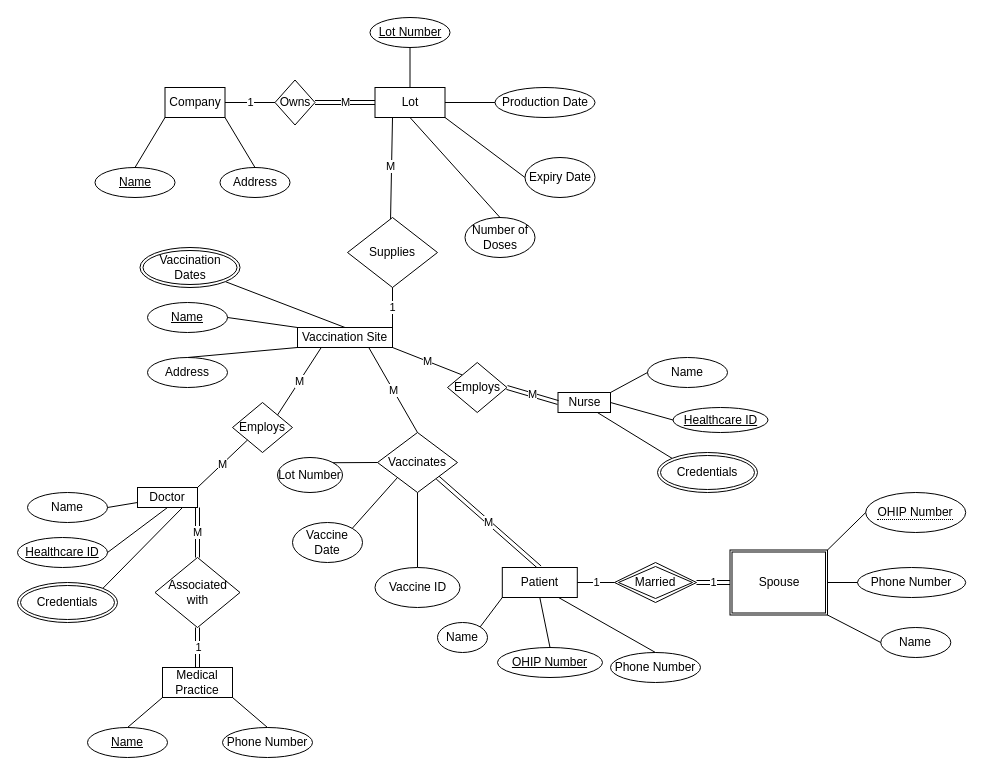
Above: Untitled Diagram.drawio in Mart1n1DE/CovidVaccineAssignment (draw.io), before the change. Source tidied: cells renumbered, new cells numbered last; positions are measured from the earlier drawing's top-left corner, leaving out a move shared by most shapes. Both pictures are drawn from the tidied source at 100%, with x=0, y=0 at pixel (17, 17).
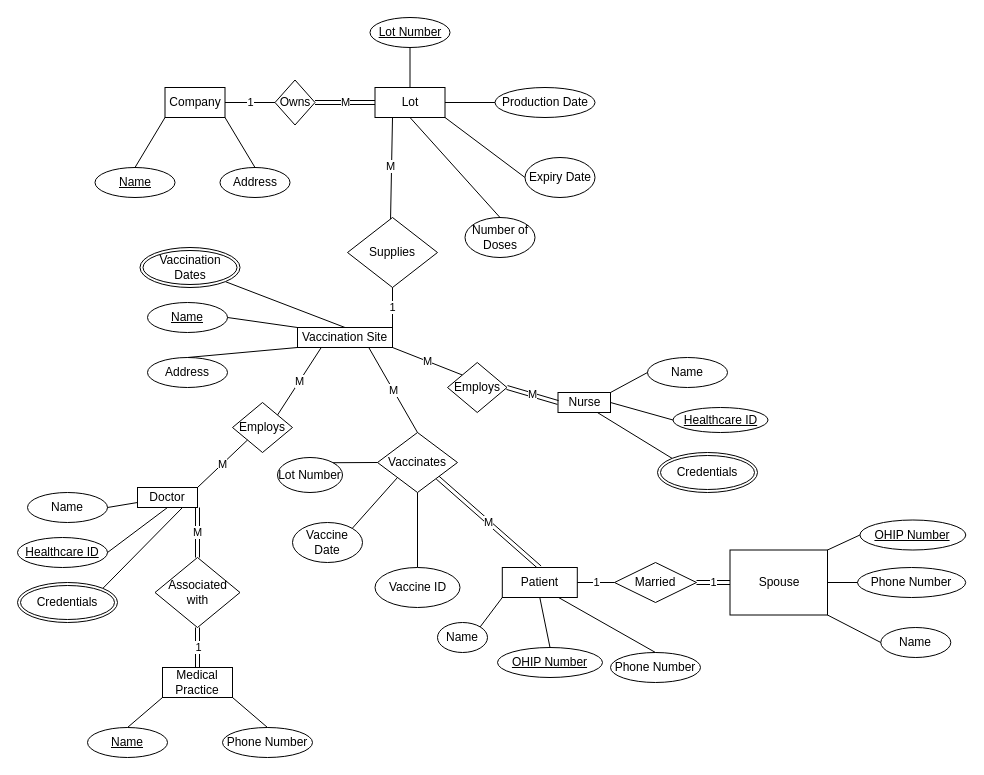
After the change.

What changed in the source:
```diff
@@
-    <mxCell id="79" value="&lt;span style=&quot;border-bottom: 1px dotted&quot;&gt;OHIP Number&lt;/span&gt;" style="ellipse;whiteSpace=wrap;html=1;align=center;shadow=0;strokeWidth=1;" parent="1" vertex="1">
-      <mxGeometry x="848.2" y="475" width="100" height="40" as="geometry" />
-    </mxCell>
-    <mxCell id="80" value="Married" style="shape=rhombus;double=1;perimeter=rhombusPerimeter;whiteSpace=wrap;html=1;align=center;shadow=0;strokeWidth=1;" parent="1" vertex="1">
+    <mxCell id="80" value="Married" style="shape=rhombus;double=0;perimeter=rhombusPerimeter;whiteSpace=wrap;html=1;align=center;shadow=0;strokeWidth=1;" parent="1" vertex="1">
       <mxGeometry x="597" y="545" width="82" height="40" as="geometry" />
     </mxCell>
-    <mxCell id="81" value="Spouse" style="shape=ext;double=1;rounded=0;whiteSpace=wrap;html=1;shadow=0;strokeWidth=1;" parent="1" vertex="1">
+    <mxCell id="81" value="Spouse" style="shape=ext;double=0;rounded=0;whiteSpace=wrap;html=1;shadow=0;strokeWidth=1;" parent="1" vertex="1">
       <mxGeometry x="712.5" y="532.5" width="97.5" height="65" as="geometry" />
     </mxCell>
@@
+    <mxCell id="79" value="&lt;u&gt;OHIP Number&lt;/u&gt;" style="ellipse;whiteSpace=wrap;html=1;" parent="1" vertex="1">
+      <mxGeometry x="842.4" y="502.5" width="105.9" height="30" as="geometry" />
+    </mxCell>
```
